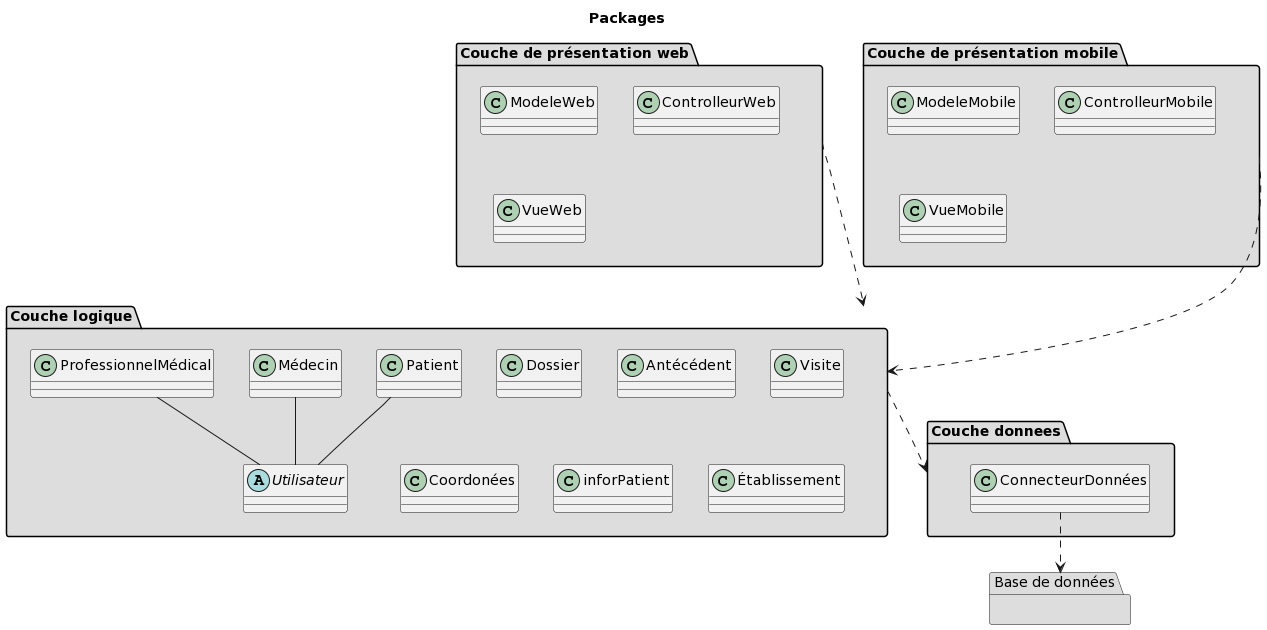
Above: diagrammes/PACK.png in vbrayuqam/projet-genielog (PlantUML), before the change. The source it was exported from:
```plantuml
@startuml
title Packages

package "Couche de présentation web" #DDDDDD {
  class ModeleWeb {}
  class ControlleurWeb{}
  class VueWeb{}
}

package "Couche de présentation mobile" #DDDDDD {
  class ModeleMobile {}
  class ControlleurMobile{}
  class VueMobile{}
}

package "Couche logique" #DDDDDD  {
  class "Patient" {}
  class "Dossier" {}
  class "Antécédent" {}
  class "Visite" {}
  class "Médecin" {}
  class "Coordonées" {}
  class "ProfessionnelMédical" {}
  class "inforPatient" {}
  abstract "Utilisateur" {}
  class "Établissement" {}
}

package "Couche donnees"  #DDDDDD  {
  class "ConnecteurDonnées" {}
}

package "Base de données"  #DDDDDD  {}

"Couche logique" ..> "Couche donnees"
"Couche de présentation web" ..> "Couche logique"
"ConnecteurDonnées" ..> "Base de données"
"Couche de présentation mobile" ..> "Couche logique"
"Patient" -- "Utilisateur"
"Médecin" -- "Utilisateur"
"ProfessionnelMédical" -- "Utilisateur"
@enduml
```
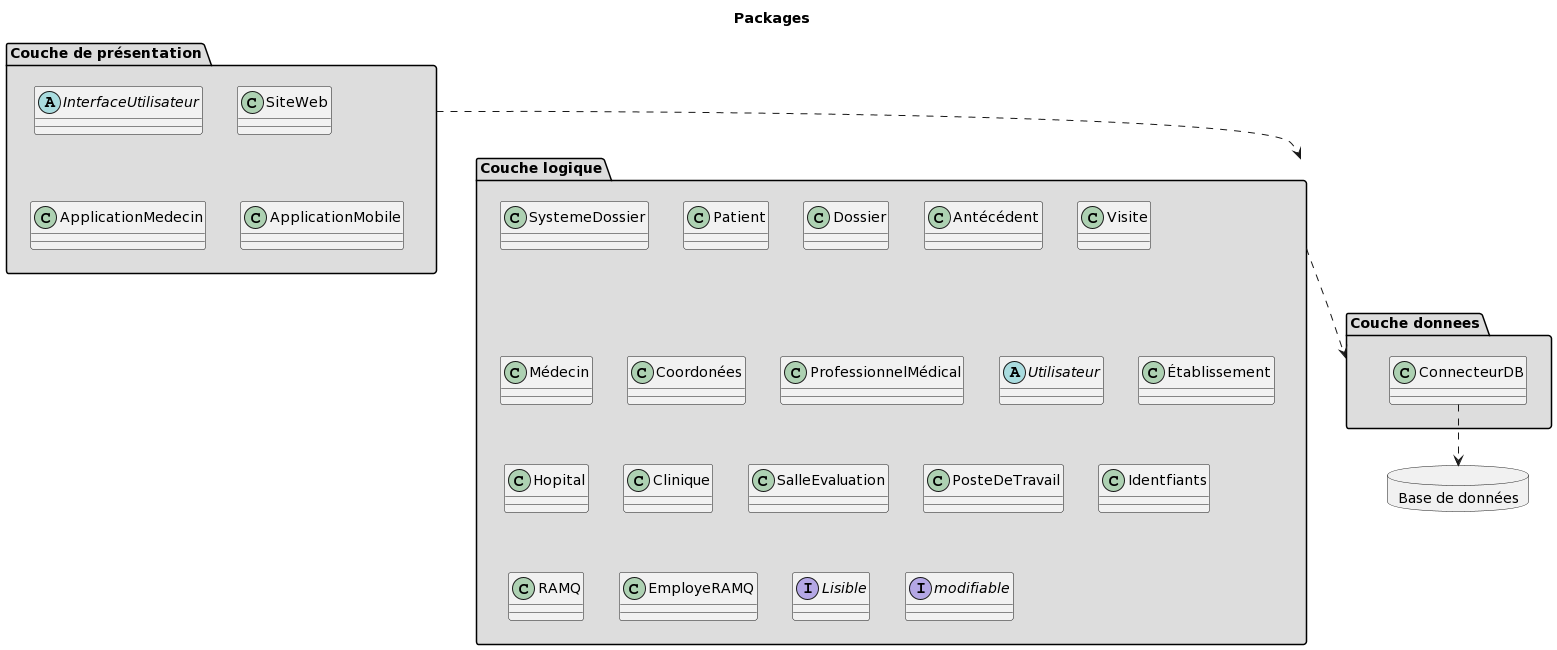
The same diagram one commit later.

Change to the diagram source:
```diff
@@ -1,19 +1,15 @@
 @startuml
 title Packages
 
-package "Couche de présentation web" #DDDDDD {
-  class ModeleWeb {}
-  class ControlleurWeb{}
-  class VueWeb{}
-}
-
-package "Couche de présentation mobile" #DDDDDD {
-  class ModeleMobile {}
-  class ControlleurMobile{}
-  class VueMobile{}
+package "Couche de présentation" #DDDDDD {
+  abstract "InterfaceUtilisateur"{}
+  class "SiteWeb"{}
+  class "ApplicationMedecin"{}
+  class "ApplicationMobile"{}
 }
 
 package "Couche logique" #DDDDDD  {
+  class "SystemeDossier"
   class "Patient" {}
   class "Dossier" {}
   class "Antécédent" {}
@@ -21,22 +17,28 @@
   class "Médecin" {}
   class "Coordonées" {}
   class "ProfessionnelMédical" {}
-  class "inforPatient" {}
   abstract "Utilisateur" {}
   class "Établissement" {}
+  class "Hopital" {}
+  class "Clinique" {}
+  class "SalleEvaluation" {}
+  class "PosteDeTravail" {}
+  class "Identfiants" {}
+  class "RAMQ" {}
+  class "EmployeRAMQ" {}
+  interface "Lisible" {}
+  interface "modifiable" {}
 }
 
 package "Couche donnees"  #DDDDDD  {
-  class "ConnecteurDonnées" {}
+  class "ConnecteurDB" {}
 }
 
-package "Base de données"  #DDDDDD  {}
+database "Base de données" {
+}
+
 
 "Couche logique" ..> "Couche donnees"
-"Couche de présentation web" ..> "Couche logique"
-"ConnecteurDonnées" ..> "Base de données"
-"Couche de présentation mobile" ..> "Couche logique"
-"Patient" -- "Utilisateur"
-"Médecin" -- "Utilisateur"
-"ProfessionnelMédical" -- "Utilisateur"
+"ConnecteurDB" ..> "Base de données"
+"Couche de présentation" ..> "Couche logique"
 @enduml
```
